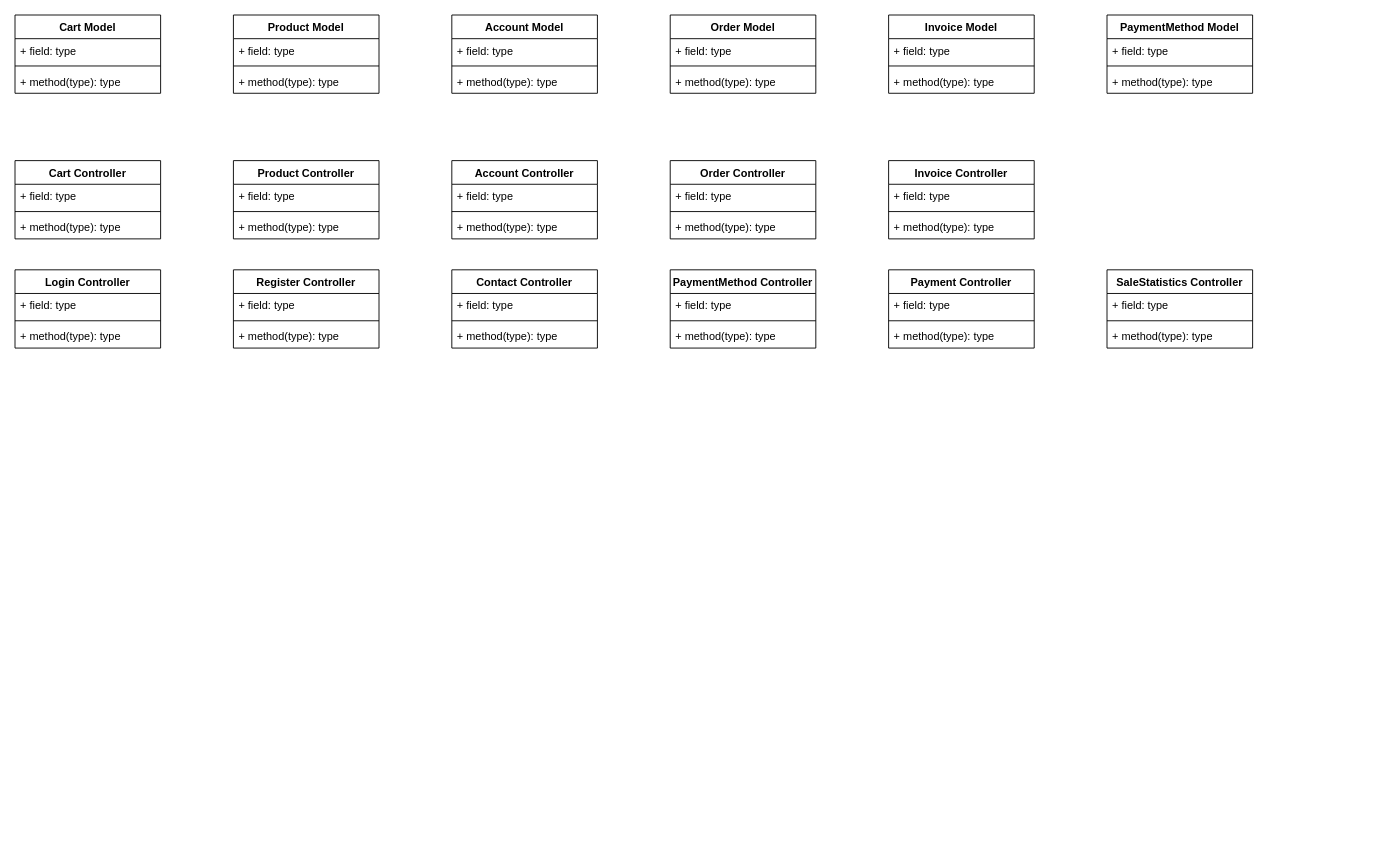
Above: Nam3_HK1/CNPM_SoftTech/SơĐồClass.drawio in EdgarIgnite16/SGU-Course (draw.io), before the change. Source tidied: cells renumbered, new cells numbered last; positions are measured from the earlier drawing's top-left corner, leaving out a move shared by most shapes. Both pictures are drawn from the tidied source at 91%, with x=0, y=0 at pixel (15, 15).
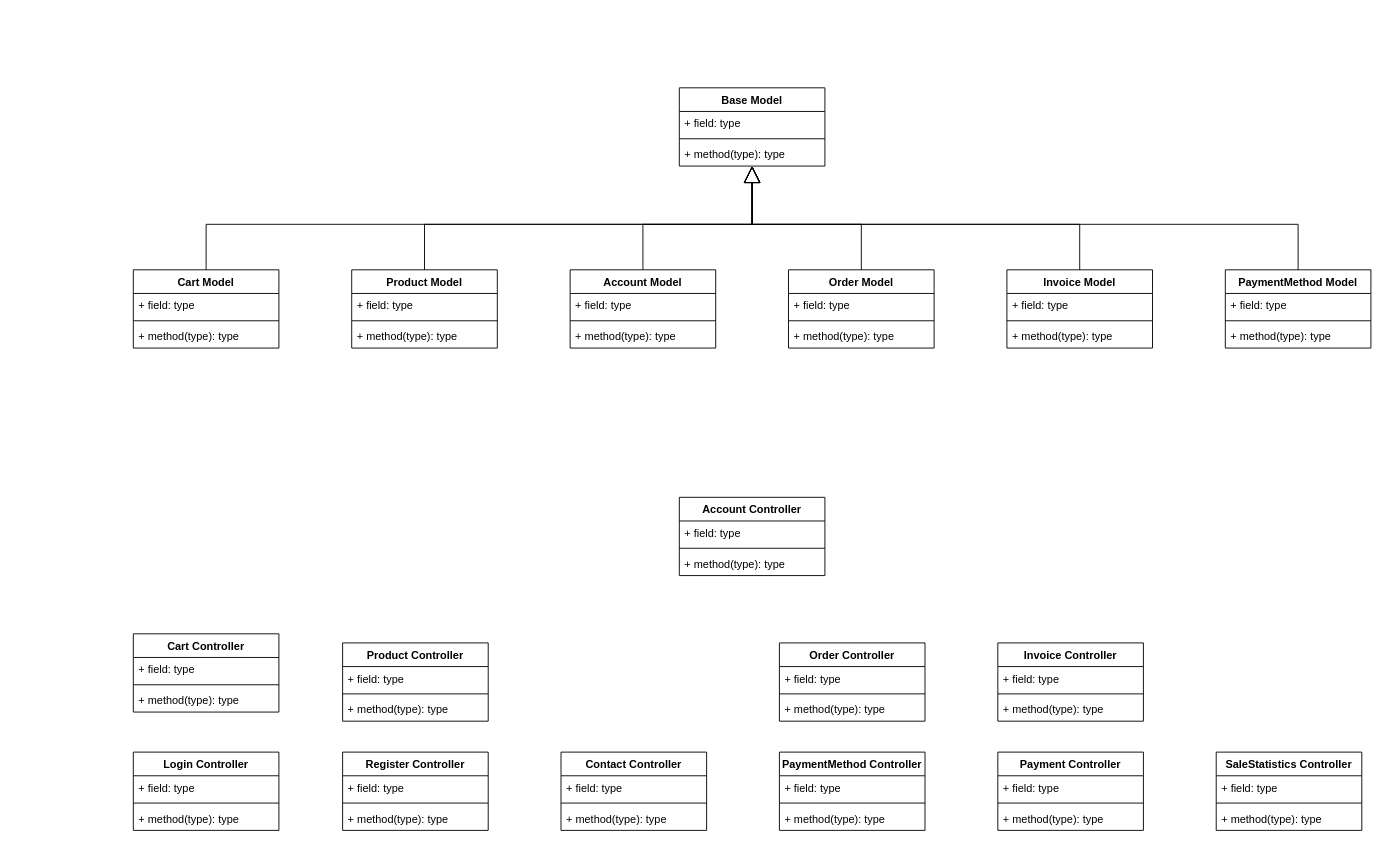
Above is the later version.

Change to the diagram source:
```diff
@@
     <mxCell id="2" value="Product Controller" style="swimlane;fontStyle=1;align=center;verticalAlign=top;horizontal=1;startSize=26;" parent="1" vertex="1">
-      <mxGeometry x="240" y="160" width="160" height="86" as="geometry" />
+      <mxGeometry x="360" y="690" width="160" height="86" as="geometry" />
     </mxCell>
@@
     <mxCell id="6" value="Cart Controller" style="swimlane;fontStyle=1;align=center;verticalAlign=top;horizontal=1;startSize=26;" parent="1" vertex="1">
-      <mxGeometry y="160" width="160" height="86" as="geometry" />
+      <mxGeometry x="130" y="680" width="160" height="86" as="geometry" />
     </mxCell>
@@
     <mxCell id="10" value="Product Model" style="swimlane;fontStyle=1;align=center;verticalAlign=top;horizontal=1;startSize=26;" parent="1" vertex="1">
-      <mxGeometry x="240" width="160" height="86" as="geometry" />
+      <mxGeometry x="370" y="280" width="160" height="86" as="geometry" />
     </mxCell>
@@
     <mxCell id="14" value="Cart Model" style="swimlane;fontStyle=1;align=center;verticalAlign=top;horizontal=1;startSize=26;" parent="1" vertex="1">
-      <mxGeometry width="160" height="86" as="geometry" />
+      <mxGeometry x="130" y="280" width="160" height="86" as="geometry" />
     </mxCell>
@@
     <mxCell id="18" value="Account Model" style="swimlane;fontStyle=1;align=center;verticalAlign=top;horizontal=1;startSize=26;" parent="1" vertex="1">
-      <mxGeometry x="480" width="160" height="86" as="geometry" />
+      <mxGeometry x="610" y="280" width="160" height="86" as="geometry" />
     </mxCell>
@@
     <mxCell id="22" value="Account Controller" style="swimlane;fontStyle=1;align=center;verticalAlign=top;horizontal=1;startSize=26;" parent="1" vertex="1">
-      <mxGeometry x="480" y="160" width="160" height="86" as="geometry" />
+      <mxGeometry x="730" y="530" width="160" height="86" as="geometry" />
     </mxCell>
@@
     <mxCell id="26" value="Order Model" style="swimlane;fontStyle=1;align=center;verticalAlign=top;horizontal=1;startSize=26;" parent="1" vertex="1">
-      <mxGeometry x="720" width="160" height="86" as="geometry" />
+      <mxGeometry x="850" y="280" width="160" height="86" as="geometry" />
     </mxCell>
@@
     <mxCell id="30" value="Invoice Model" style="swimlane;fontStyle=1;align=center;verticalAlign=top;horizontal=1;startSize=26;" parent="1" vertex="1">
-      <mxGeometry x="960" width="160" height="86" as="geometry" />
+      <mxGeometry x="1090" y="280" width="160" height="86" as="geometry" />
     </mxCell>
@@
     <mxCell id="34" value="SaleStatistics Controller" style="swimlane;fontStyle=1;align=center;verticalAlign=top;horizontal=1;startSize=26;" parent="1" vertex="1">
-      <mxGeometry x="1200" y="280" width="160" height="86" as="geometry" />
+      <mxGeometry x="1320" y="810" width="160" height="86" as="geometry" />
     </mxCell>
@@
     <mxCell id="38" value="Login Controller" style="swimlane;fontStyle=1;align=center;verticalAlign=top;horizontal=1;startSize=26;" parent="1" vertex="1">
-      <mxGeometry y="280" width="160" height="86" as="geometry" />
+      <mxGeometry x="130" y="810" width="160" height="86" as="geometry" />
     </mxCell>
@@
     <mxCell id="42" value="Register Controller" style="swimlane;fontStyle=1;align=center;verticalAlign=top;horizontal=1;startSize=26;" parent="1" vertex="1">
-      <mxGeometry x="240" y="280" width="160" height="86" as="geometry" />
+      <mxGeometry x="360" y="810" width="160" height="86" as="geometry" />
     </mxCell>
@@
     <mxCell id="46" value="Contact Controller" style="swimlane;fontStyle=1;align=center;verticalAlign=top;horizontal=1;startSize=26;" parent="1" vertex="1">
-      <mxGeometry x="480" y="280" width="160" height="86" as="geometry" />
+      <mxGeometry x="600" y="810" width="160" height="86" as="geometry" />
     </mxCell>
@@
     <mxCell id="50" value="PaymentMethod Model" style="swimlane;fontStyle=1;align=center;verticalAlign=top;horizontal=1;startSize=26;" parent="1" vertex="1">
-      <mxGeometry x="1200" width="160" height="86" as="geometry" />
+      <mxGeometry x="1330" y="280" width="160" height="86" as="geometry" />
     </mxCell>
@@
     <mxCell id="54" value="PaymentMethod Controller" style="swimlane;fontStyle=1;align=center;verticalAlign=top;horizontal=1;startSize=26;" parent="1" vertex="1">
-      <mxGeometry x="720" y="280" width="160" height="86" as="geometry" />
+      <mxGeometry x="840" y="810" width="160" height="86" as="geometry" />
     </mxCell>
@@
     <mxCell id="58" value="Payment Controller" style="swimlane;fontStyle=1;align=center;verticalAlign=top;horizontal=1;startSize=26;" parent="1" vertex="1">
-      <mxGeometry x="960" y="280" width="160" height="86" as="geometry" />
+      <mxGeometry x="1080" y="810" width="160" height="86" as="geometry" />
     </mxCell>
@@
     <mxCell id="62" value="Invoice Controller" style="swimlane;fontStyle=1;align=center;verticalAlign=top;horizontal=1;startSize=26;" parent="1" vertex="1">
-      <mxGeometry x="960" y="160" width="160" height="86" as="geometry" />
+      <mxGeometry x="1080" y="690" width="160" height="86" as="geometry" />
     </mxCell>
@@
     <mxCell id="66" value="Order Controller" style="swimlane;fontStyle=1;align=center;verticalAlign=top;horizontal=1;startSize=26;" parent="1" vertex="1">
-      <mxGeometry x="720" y="160" width="160" height="86" as="geometry" />
+      <mxGeometry x="840" y="690" width="160" height="86" as="geometry" />
     </mxCell>
@@
+    <mxCell id="70" value="Base Model" style="swimlane;fontStyle=1;align=center;verticalAlign=top;horizontal=1;startSize=26;" parent="1" vertex="1">
+      <mxGeometry x="730" y="80" width="160" height="86" as="geometry" />
+    </mxCell>
+    <mxCell id="71" value="+ field: type" style="text;strokeColor=none;fillColor=none;align=left;verticalAlign=top;spacingLeft=4;spacingRight=4;overflow=hidden;" parent="70" vertex="1">
+      <mxGeometry y="26" width="160" height="26" as="geometry" />
+    </mxCell>
+    <mxCell id="72" style="line;strokeWidth=1;fillColor=none;align=left;verticalAlign=middle;spacingTop=-1;spacingLeft=3;spacingRight=3;labelPosition=right;" parent="70" vertex="1">
+      <mxGeometry y="52" width="160" height="8" as="geometry" />
+    </mxCell>
+    <mxCell id="73" value="+ method(type): type" style="text;strokeColor=none;fillColor=none;align=left;verticalAlign=top;spacingLeft=4;spacingRight=4;overflow=hidden;" parent="70" vertex="1">
+      <mxGeometry y="60" width="160" height="26" as="geometry" />
+    </mxCell>
+    <mxCell id="74" style="endArrow=block;endSize=16;endFill=0;html=1;rounded=0;edgeStyle=orthogonalEdgeStyle;" parent="1" edge="1" source="26" target="70">
+      <mxGeometry x="-0.09" y="-13" relative="1" as="geometry">
+        <Array as="points">
+          <mxPoint x="930" y="230" />
+          <mxPoint x="810" y="230" />
+        </Array>
+      </mxGeometry>
+    </mxCell>
+    <mxCell id="75" style="endArrow=block;endSize=16;endFill=0;html=1;rounded=0;edgeStyle=orthogonalEdgeStyle;" parent="1" edge="1" source="18" target="70">
+      <mxGeometry x="-1" y="-74" relative="1" as="geometry">
+        <Array as="points">
+          <mxPoint x="690" y="230" />
+          <mxPoint x="810" y="230" />
+        </Array>
+      </mxGeometry>
+    </mxCell>
+    <mxCell id="76" style="endArrow=block;endSize=16;endFill=0;html=1;rounded=0;edgeStyle=orthogonalEdgeStyle;" parent="1" edge="1" source="10" target="70">
+      <mxGeometry x="-1" y="-74" relative="1" as="geometry">
+        <Array as="points">
+          <mxPoint x="450" y="230" />
+          <mxPoint x="810" y="230" />
+        </Array>
+      </mxGeometry>
+    </mxCell>
+    <mxCell id="77" style="endArrow=block;endSize=16;endFill=0;html=1;rounded=0;edgeStyle=orthogonalEdgeStyle;" parent="1" edge="1" source="14" target="70">
+      <mxGeometry x="-1" y="-74" relative="1" as="geometry">
+        <Array as="points">
+          <mxPoint x="210" y="230" />
+          <mxPoint x="810" y="230" />
+        </Array>
+      </mxGeometry>
+    </mxCell>
+    <mxCell id="78" style="endArrow=block;endSize=16;endFill=0;html=1;rounded=0;edgeStyle=orthogonalEdgeStyle;" parent="1" edge="1" source="30" target="70">
+      <mxGeometry x="-0.09" y="-13" relative="1" as="geometry">
+        <Array as="points">
+          <mxPoint x="1170" y="230" />
+          <mxPoint x="810" y="230" />
+        </Array>
+      </mxGeometry>
+    </mxCell>
+    <mxCell id="79" style="endArrow=block;endSize=16;endFill=0;html=1;rounded=0;edgeStyle=orthogonalEdgeStyle;" parent="1" edge="1" source="50" target="70">
+      <mxGeometry x="-0.09" y="-13" relative="1" as="geometry">
+        <Array as="points">
+          <mxPoint x="1410" y="230" />
+          <mxPoint x="810" y="230" />
+        </Array>
+      </mxGeometry>
+    </mxCell>
```
